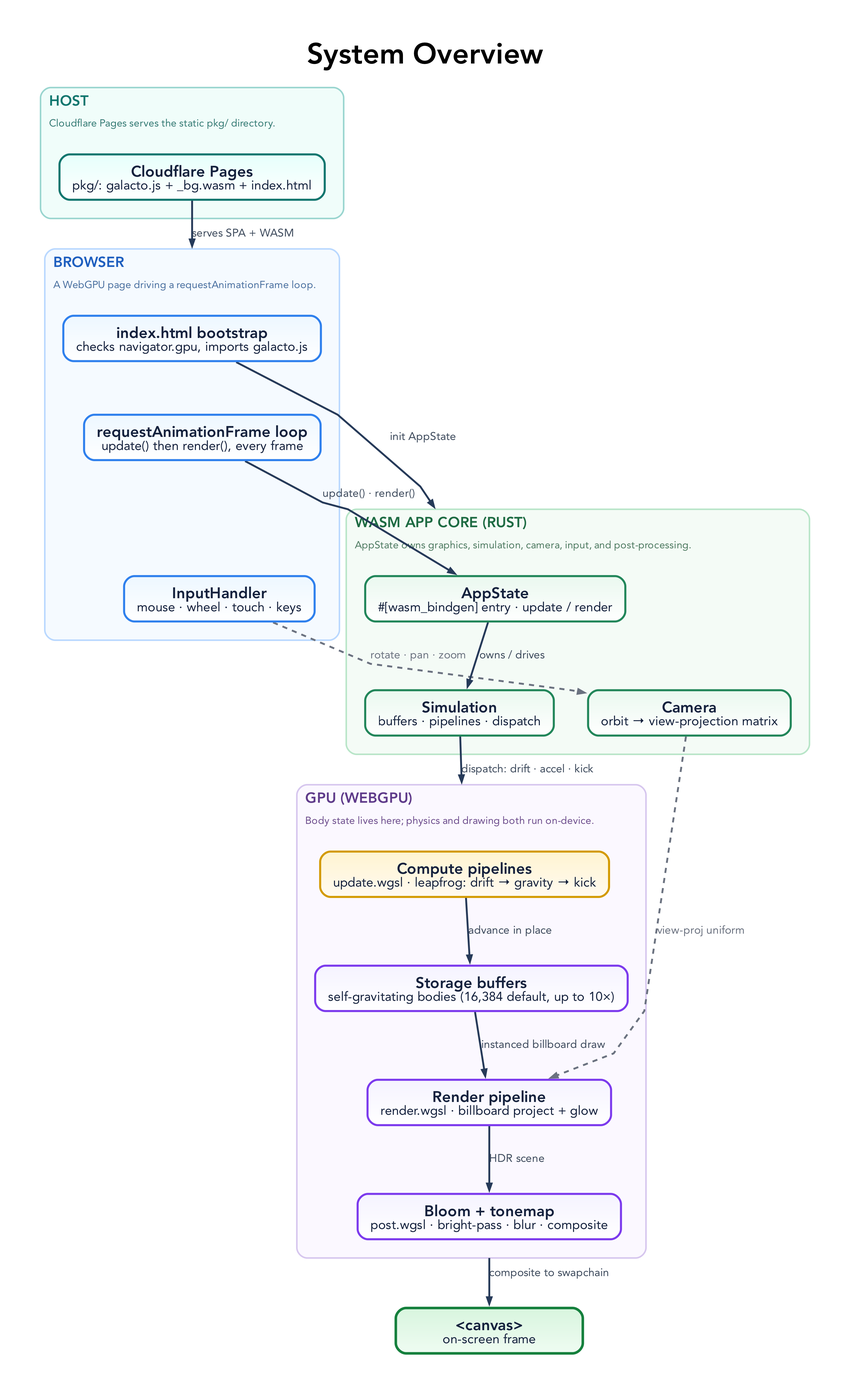
Before: docs/diagrams/system-overview.png, a diagram exported from Graphviz (tre-systems/galacto). Its source is kept beside it as docs/diagrams/system-overview.dot. Its diagram source:
```dot
digraph SystemOverview {
  graph [
    rankdir=TB,
    bgcolor="#ffffff",
    pad="0.55",
    nodesep="0.55",
    ranksep="0.85",
    splines=polyline,
    outputorder=edgesfirst,
    compound=true,
    newrank=true,
    forcelabels=true,
    fontname="Avenir",
    label=<
      <TABLE BORDER="0" CELLBORDER="0" CELLSPACING="0" CELLPADDING="0">
        <TR><TD><FONT POINT-SIZE="34"><B>System Overview</B></FONT></TD></TR>
      </TABLE>
    >,
    labelloc=t,
    labeljust=c
  ];

  node [
    shape=box,
    style="rounded,filled",
    margin="0.21,0.13",
    width=3.05,
    height=0.74,
    fixedsize=false,
    fontname="Avenir",
    fontsize=18,
    penwidth=2.4,
    fontcolor="#14213d",
    color="#2264c7",
    fillcolor="#eaf3ff:#ffffff",
    gradientangle=270
  ];

  edge [
    color="#263a59",
    fontname="Avenir",
    fontsize=13,
    fontcolor="#3d4a5c",
    penwidth=2.2,
    arrowsize=0.78
  ];

  subgraph cluster_host {
    graph [
      label=<
        <TABLE BORDER="0" CELLBORDER="0" CELLSPACING="0" CELLPADDING="2">
          <TR><TD ALIGN="LEFT"><FONT POINT-SIZE="17" COLOR="#0f766e"><B>HOST</B></FONT></TD></TR>
          <TR><TD ALIGN="LEFT"><FONT POINT-SIZE="12" COLOR="#357a74">Cloudflare Pages serves the static pkg/ directory.</FONT></TD></TR>
        </TABLE>
      >,
      labelloc=t, labeljust=l,
      color="#99d5cf", fillcolor="#f0fdfa", style="rounded,filled", penwidth=1.8, margin=22
    ];
    H1 [label=<<B>Cloudflare Pages</B><BR/><FONT POINT-SIZE="15">pkg/: galacto.js + _bg.wasm + index.html</FONT>>, fillcolor="#e6fffb:#ffffff", color="#0f766e"];
  }

  subgraph cluster_browser {
    graph [
      label=<
        <TABLE BORDER="0" CELLBORDER="0" CELLSPACING="0" CELLPADDING="2">
          <TR><TD ALIGN="LEFT"><FONT POINT-SIZE="17" COLOR="#1f5fbf"><B>BROWSER</B></FONT></TD></TR>
          <TR><TD ALIGN="LEFT"><FONT POINT-SIZE="12" COLOR="#496f9f">A WebGPU page driving a requestAnimationFrame loop.</FONT></TD></TR>
        </TABLE>
      >,
      labelloc=t, labeljust=l,
      color="#b9d8ff", fillcolor="#f5faff", style="rounded,filled", penwidth=1.8, margin=22
    ];
    B1 [label=<<B>index.html bootstrap</B><BR/><FONT POINT-SIZE="15">checks navigator.gpu, imports galacto.js</FONT>>, fillcolor="#edf7ff:#ffffff", color="#2f80ed"];
    B2 [label=<<B>requestAnimationFrame loop</B><BR/><FONT POINT-SIZE="15">update() then render(), every frame</FONT>>, fillcolor="#edf7ff:#ffffff", color="#2f80ed"];
    B3 [label=<<B>InputHandler</B><BR/><FONT POINT-SIZE="15">mouse · wheel · touch · keys</FONT>>, fillcolor="#edf7ff:#ffffff", color="#2f80ed"];
    B1 -> B2 [style=invis];
    B2 -> B3 [style=invis];
  }

  subgraph cluster_core {
    graph [
      label=<
        <TABLE BORDER="0" CELLBORDER="0" CELLSPACING="0" CELLPADDING="2">
          <TR><TD ALIGN="LEFT"><FONT POINT-SIZE="17" COLOR="#1e6b43"><B>WASM APP CORE (RUST)</B></FONT></TD></TR>
          <TR><TD ALIGN="LEFT"><FONT POINT-SIZE="12" COLOR="#4e7a61">AppState owns graphics, simulation, camera, input, and post-processing.</FONT></TD></TR>
        </TABLE>
      >,
      labelloc=t, labeljust=l,
      color="#b8e5c8", fillcolor="#f4fbf6", style="rounded,filled", penwidth=1.8, margin=22
    ];
    C1 [label=<<B>AppState</B><BR/><FONT POINT-SIZE="15">#[wasm_bindgen] entry · update / render</FONT>>, fillcolor="#eaf8ef:#ffffff", color="#22865a"];
    C2 [label=<<B>Camera</B><BR/><FONT POINT-SIZE="15">orbit → view-projection matrix</FONT>>, fillcolor="#eaf8ef:#ffffff", color="#22865a"];
    C3 [label=<<B>Simulation</B><BR/><FONT POINT-SIZE="15">buffers · pipelines · dispatch</FONT>>, fillcolor="#eaf8ef:#ffffff", color="#22865a"];
    C1 -> C2 [style=invis];
  }

  subgraph cluster_gpu {
    graph [
      label=<
        <TABLE BORDER="0" CELLBORDER="0" CELLSPACING="0" CELLPADDING="2">
          <TR><TD ALIGN="LEFT"><FONT POINT-SIZE="17" COLOR="#5f3b8a"><B>GPU (WEBGPU)</B></FONT></TD></TR>
          <TR><TD ALIGN="LEFT"><FONT POINT-SIZE="12" COLOR="#6d4d8d">Body state lives here; physics and drawing both run on-device.</FONT></TD></TR>
        </TABLE>
      >,
      labelloc=t, labeljust=l,
      color="#d6c6ee", fillcolor="#fbf8ff", style="rounded,filled", penwidth=1.8, margin=22
    ];
    G1 [label=<<B>Compute pipelines</B><BR/><FONT POINT-SIZE="15">update.wgsl · leapfrog: drift → gravity → kick</FONT>>, fillcolor="#fff4d1:#fffaf0", color="#d39a00"];
    G2 [label=<<B>Storage buffers</B><BR/><FONT POINT-SIZE="15">self-gravitating bodies (16,384 default, up to 10×)</FONT>>, fillcolor="#f5f3ff:#ffffff", color="#7c3aed"];
    G3 [label=<<B>Render pipeline</B><BR/><FONT POINT-SIZE="15">render.wgsl · billboard project + glow</FONT>>, fillcolor="#f5f3ff:#ffffff", color="#7c3aed"];
    G4 [label=<<B>Bloom + tonemap</B><BR/><FONT POINT-SIZE="15">post.wgsl · bright-pass · blur · composite</FONT>>, fillcolor="#f5f3ff:#ffffff", color="#7c3aed"];
  }

  CANVAS [label=<<B>&lt;canvas&gt;</B><BR/><FONT POINT-SIZE="15">on-screen frame</FONT>>, fillcolor="#d8f5de:#effcf2", color="#15803d", penwidth=3.0];

  H1 -> B1 [lhead=cluster_browser, label="serves SPA + WASM"];

  B1 -> C1 [lhead=cluster_core, label="init AppState"];
  B2 -> C1 [label="update() · render()"];
  B3 -> C2 [label="rotate · pan · zoom", color="#6b7280", fontcolor="#6b7280", style=dashed];

  C1 -> C3 [label="owns / drives"];
  C3 -> G1 [lhead=cluster_gpu, label="dispatch: drift · accel · kick"];

  G1 -> G2 [label="advance in place"];
  G2 -> G3 [label="instanced billboard draw"];
  C2 -> G3 [label="view-proj uniform", color="#6b7280", fontcolor="#6b7280", style=dashed];
  G3 -> G4 [label="HDR scene"];

  G4 -> CANVAS [ltail=cluster_gpu, label="composite to swapchain"];
}
```
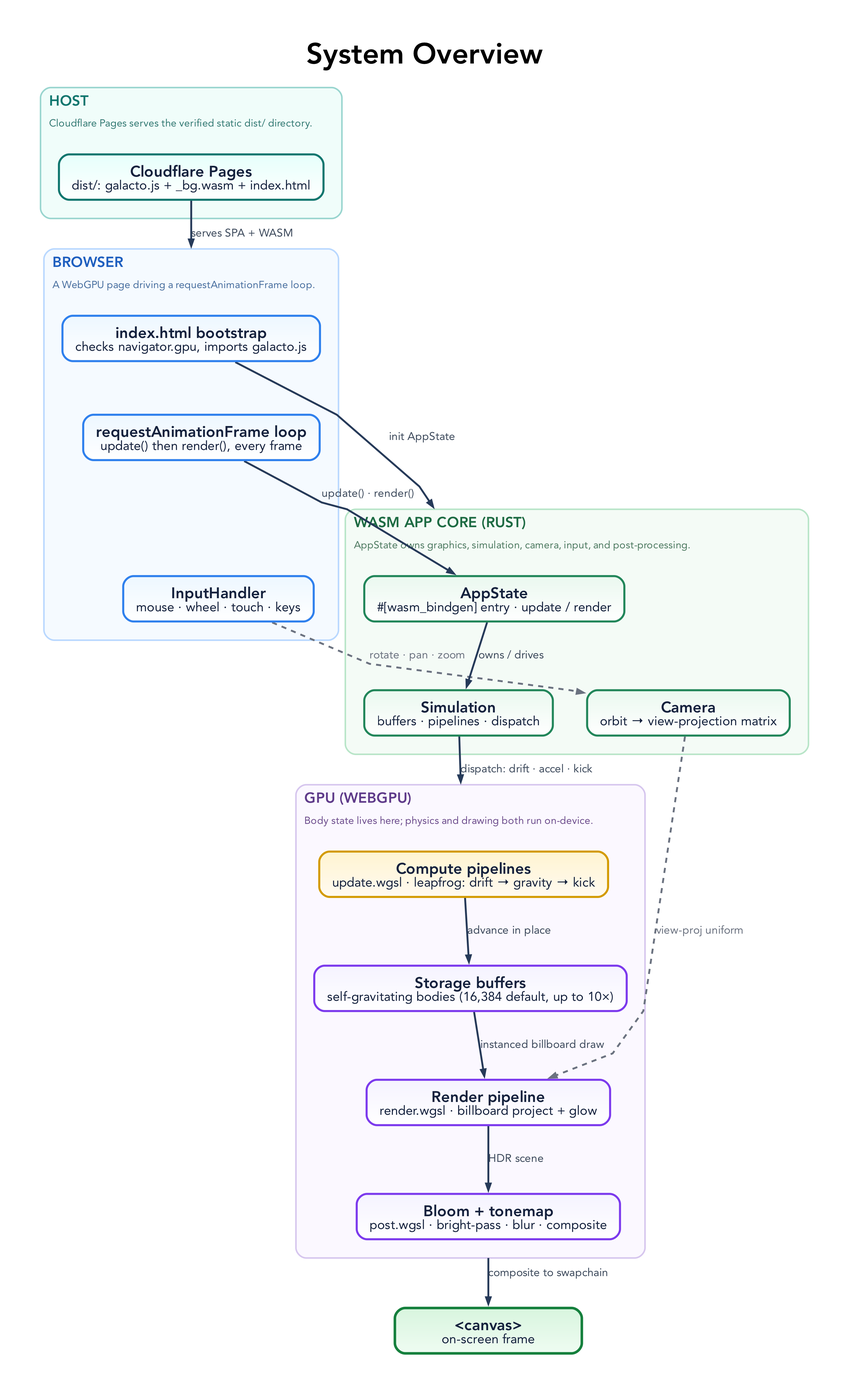
The same diagram one commit later.

The edit, as a diff of the source:
```diff
@@ -50,13 +50,13 @@
       label=<
         <TABLE BORDER="0" CELLBORDER="0" CELLSPACING="0" CELLPADDING="2">
           <TR><TD ALIGN="LEFT"><FONT POINT-SIZE="17" COLOR="#0f766e"><B>HOST</B></FONT></TD></TR>
-          <TR><TD ALIGN="LEFT"><FONT POINT-SIZE="12" COLOR="#357a74">Cloudflare Pages serves the static pkg/ directory.</FONT></TD></TR>
+          <TR><TD ALIGN="LEFT"><FONT POINT-SIZE="12" COLOR="#357a74">Cloudflare Pages serves the verified static dist/ directory.</FONT></TD></TR>
         </TABLE>
       >,
       labelloc=t, labeljust=l,
       color="#99d5cf", fillcolor="#f0fdfa", style="rounded,filled", penwidth=1.8, margin=22
     ];
-    H1 [label=<<B>Cloudflare Pages</B><BR/><FONT POINT-SIZE="15">pkg/: galacto.js + _bg.wasm + index.html</FONT>>, fillcolor="#e6fffb:#ffffff", color="#0f766e"];
+    H1 [label=<<B>Cloudflare Pages</B><BR/><FONT POINT-SIZE="15">dist/: galacto.js + _bg.wasm + index.html</FONT>>, fillcolor="#e6fffb:#ffffff", color="#0f766e"];
   }
 
   subgraph cluster_browser {
```
